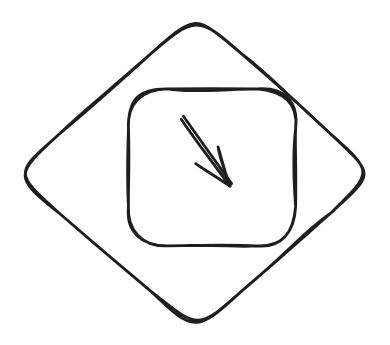
This is Diagrams/Untitled-2.excalidraw.svg from EugenGoGit/diagramm_store, a Excalidraw export, as it was before one commit. Source tidied: one line per element, renumbered; positions are measured from the earlier drawing's top-left corner, leaving out a move shared by most shapes.
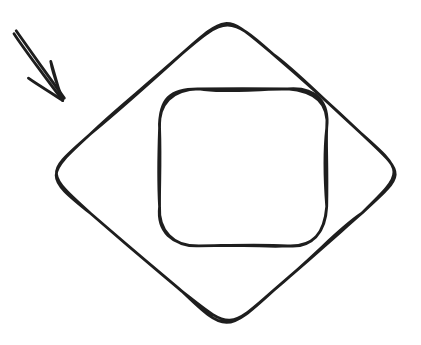
The same file after the commit.

What changed in the source:
```diff
@@ -1,3 +1,3 @@
 {"id": 0, "type": "diamond", "strokeColor": "#1e1e1e", "strokeWidth": 2, "roughness": 1, "round": true, "x": 0, "y": 0, "width": 258, "height": 226}
 {"id": 1, "type": "rectangle", "strokeColor": "#1e1e1e", "strokeWidth": 2, "roughness": 1, "round": true, "x": 82, "y": 53, "width": 119, "height": 112}
-{"id": 2, "type": "arrow", "strokeColor": "#1e1e1e", "strokeWidth": 2, "roughness": 1, "endArrowhead": "arrow", "round": true, "x": 121, "y": 74, "width": 35, "height": 47, "points": [[0, 0], [35, 47]]}
+{"id": 2, "type": "arrow", "strokeColor": "#1e1e1e", "strokeWidth": 2, "roughness": 1, "endArrowhead": "arrow", "round": true, "to": 0, "x": -21, "y": 13, "width": 35, "height": 47, "points": [[0, 0], [35, 47]]}
```
